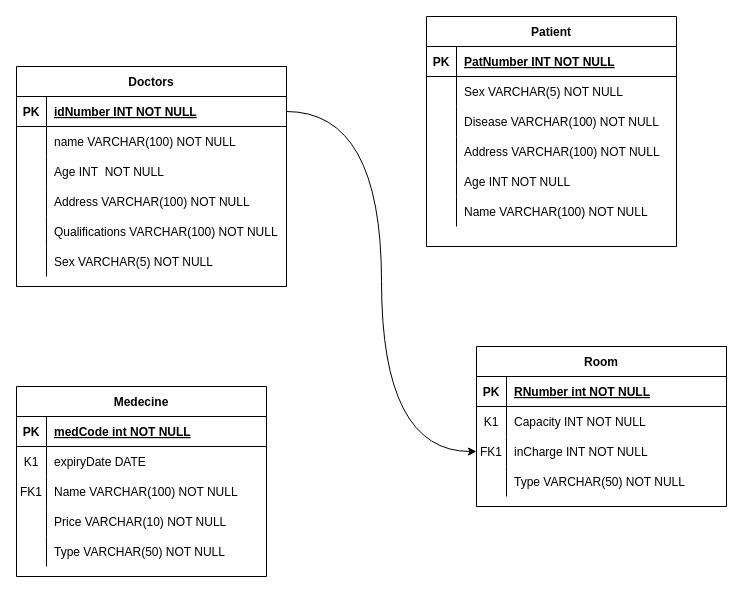
This is hospitalDB.drawio from Navyn27/ER-Diagrams-class-task, a draw.io file, before an edit. Source tidied: cells renumbered, new cells numbered last; positions are measured from the earlier drawing's top-left corner, leaving out a move shared by most shapes. Both pictures are drawn from the tidied source at 100%, with x=0, y=0 at pixel (16, 16).
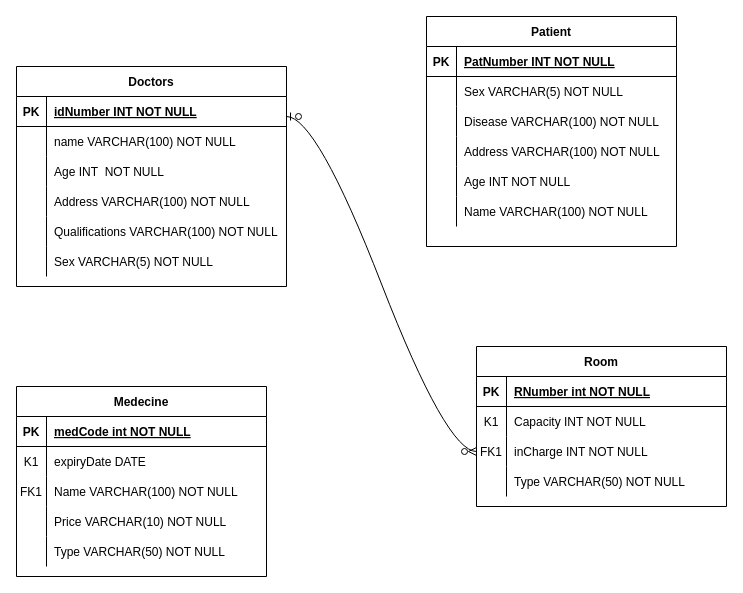
The same diagram, later.

Unchanged cells that the change refers to:
```xml
<mxCell id="28" style="shape=partialRectangle;fillColor=none;points=[[0,0.5],[1,0.5]];portConstraint=eastwest;top=0;left=0;right=0;bottom=0;" parent="21" vertex="1">
  <mxGeometry y="90" width="250" height="30" as="geometry" />
</mxCell>
<mxCell id="35" style="shape=partialRectangle;fillColor=none;points=[[0,0.5],[1,0.5]];portConstraint=eastwest;top=0;left=0;right=0;bottom=1;" parent="34" vertex="1">
  <mxGeometry y="30" width="270" height="30" as="geometry" />
</mxCell>
```

The edit, as a diff of the source:
```diff
@@
-    <mxCell id="69" style="edgeStyle=orthogonalEdgeStyle;rounded=0;jettySize=auto;html=1;curved=1;" parent="1" edge="1" source="35" target="28">
-      <mxGeometry relative="1" as="geometry" />
-    </mxCell>
+    <mxCell id="70" style="edgeStyle=entityRelationEdgeStyle;fontSize=12;html=1;endArrow=ERzeroToMany;startArrow=ERzeroToOne;curved=1;entryX=0;entryY=0.5;entryDx=0;entryDy=0;" parent="1" edge="1" target="28">
+      <mxGeometry relative="1" as="geometry">
+        <mxPoint x="270" y="100" as="sourcePoint" />
+      </mxGeometry>
+    </mxCell>
```
